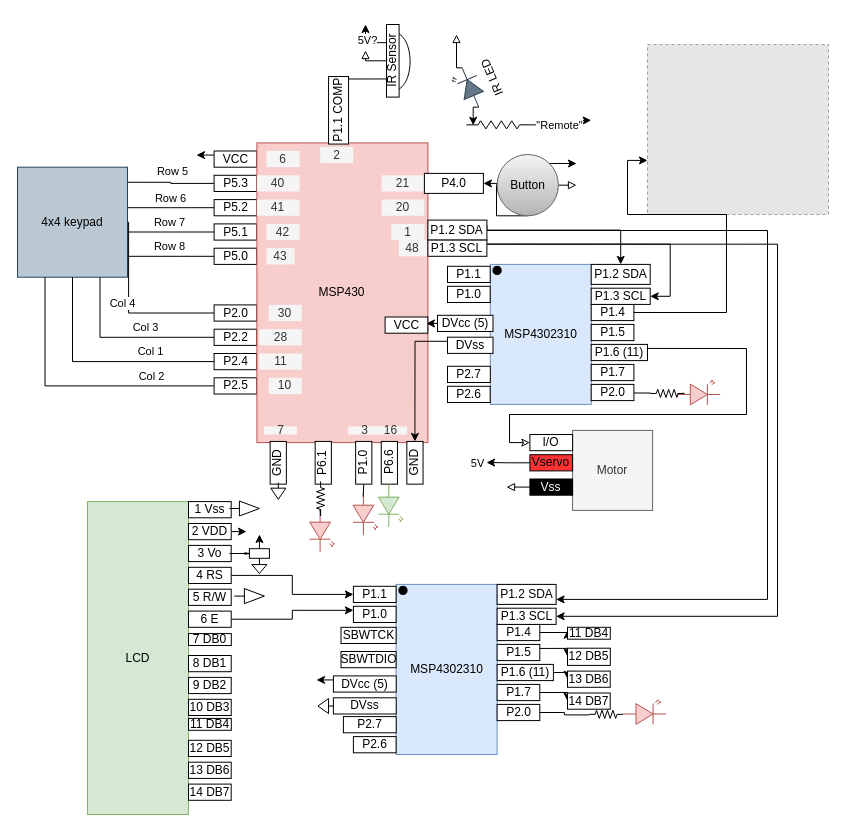
Before: page "CircuitDiagram" (3 of 4) of docs/planning/FinalProjectCharts.drawio in msu-eele-465/final-project-ecallery888, a draw.io diagram. Source tidied: cells renumbered, new cells numbered last; positions are measured from the earlier drawing's top-left corner, leaving out a move shared by most shapes. Both pictures are drawn from the tidied source at 100%, with x=0, y=0 at pixel (17, 24). Pictures stored in the file or linked from it are replaced by grey dashed boxes.
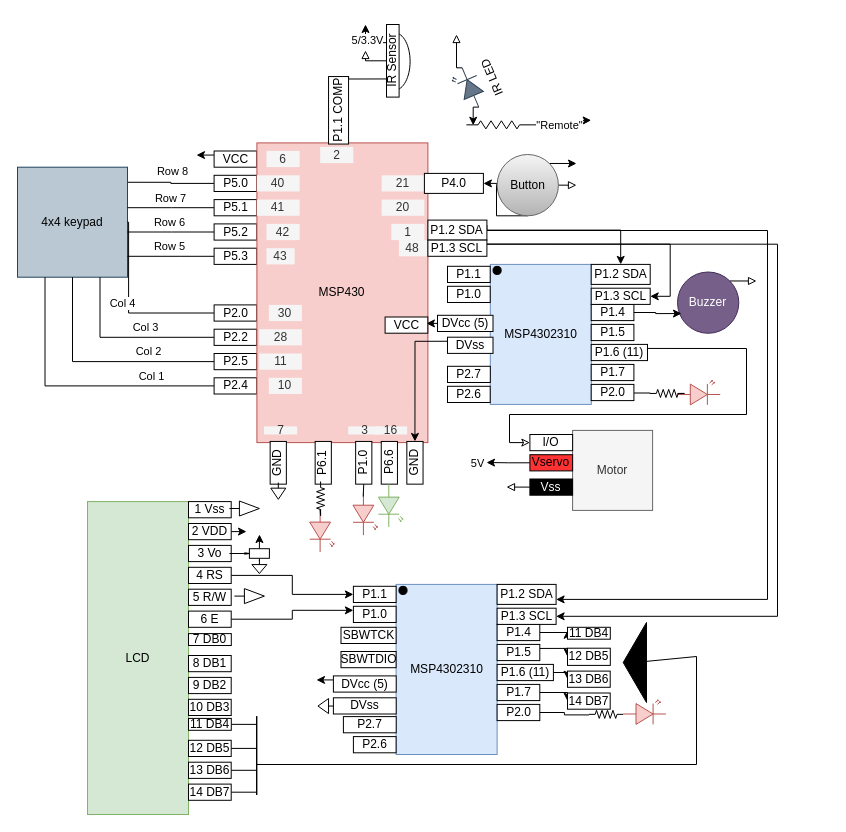
The same diagram, later.

Unchanged cells that the change refers to:
```xml
<mxCell id="3" value="P1.4" style="rounded=0;whiteSpace=wrap;html=1;" parent="1" vertex="1">
  <mxGeometry x="573.7" y="279.9" width="42.7" height="16.2" as="geometry" />
</mxCell>
<mxCell id="14" value="4x4 keypad" style="whiteSpace=wrap;html=1;fillColor=#bac8d3;strokeColor=#23445d;" parent="1" vertex="1">
  <mxGeometry y="142.7" width="110" height="110" as="geometry" />
</mxCell>
<mxCell id="15" style="edgeStyle=orthogonalEdgeStyle;rounded=0;jettySize=auto;html=1;endArrow=none;startFill=0;" parent="1" edge="1" source="17" target="14">
  <mxGeometry relative="1" as="geometry">
    <Array as="points">
      <mxPoint x="153.9" y="183.2" />
      <mxPoint x="153.9" y="183.2" />
    </Array>
  </mxGeometry>
</mxCell>
<mxCell id="20" style="edgeStyle=orthogonalEdgeStyle;rounded=0;jettySize=auto;html=1;entryX=1.004;entryY=0.137;entryDx=0;entryDy=0;entryPerimeter=0;endArrow=none;startFill=0;" parent="1" edge="1" source="22" target="14">
  <mxGeometry relative="1" as="geometry" />
</mxCell>
<mxCell id="23" style="edgeStyle=orthogonalEdgeStyle;rounded=0;jettySize=auto;html=1;endArrow=none;startFill=0;" parent="1" edge="1" source="25" target="14">
  <mxGeometry relative="1" as="geometry">
    <Array as="points">
      <mxPoint x="153.9" y="207.5" />
      <mxPoint x="153.9" y="207.5" />
    </Array>
  </mxGeometry>
</mxCell>
<mxCell id="26" style="edgeStyle=orthogonalEdgeStyle;rounded=0;jettySize=auto;html=1;endArrow=none;startFill=0;" parent="1" edge="1" source="28" target="14">
  <mxGeometry relative="1" as="geometry">
    <Array as="points">
      <mxPoint x="162.4" y="231.8" />
      <mxPoint x="162.4" y="231.8" />
    </Array>
  </mxGeometry>
</mxCell>
<mxCell id="37" style="edgeStyle=orthogonalEdgeStyle;rounded=0;jettySize=auto;html=1;entryX=0.25;entryY=1;entryDx=0;entryDy=0;endArrow=none;startFill=0;" parent="1" edge="1" source="39" target="14">
  <mxGeometry relative="1" as="geometry" />
</mxCell>
<mxCell id="87" value="11 DB4" style="rounded=0;whiteSpace=wrap;html=1;" parent="1" vertex="1">
  <mxGeometry x="171" y="693.9" width="42.8" height="11.9" as="geometry" />
</mxCell>
<mxCell id="88" value="12 DB5" style="rounded=0;whiteSpace=wrap;html=1;" parent="1" vertex="1">
  <mxGeometry x="171" y="715.8" width="42.7" height="16.2" as="geometry" />
</mxCell>
<mxCell id="89" value="13 DB6" style="rounded=0;whiteSpace=wrap;html=1;" parent="1" vertex="1">
  <mxGeometry x="171" y="737.7" width="42.7" height="16.2" as="geometry" />
</mxCell>
<mxCell id="90" value="14 DB7" style="rounded=0;whiteSpace=wrap;html=1;" parent="1" vertex="1">
  <mxGeometry x="171" y="759.6" width="42.7" height="16.2" as="geometry" />
</mxCell>
<mxCell id="145" style="edgeStyle=orthogonalEdgeStyle;rounded=0;jettySize=auto;html=1;exitX=0.75;exitY=0;exitDx=0;exitDy=0;" parent="143" edge="1" source="148">
  <mxGeometry relative="1" as="geometry">
    <mxPoint x="-21" as="targetPoint" />
  </mxGeometry>
</mxCell>
```

Change to the diagram source:
```diff
@@
-    <mxCell id="16" value="Row 6" style="edgeLabel;html=1;align=center;verticalAlign=middle;" parent="15" vertex="1">
+    <mxCell id="16" value="Row 7" style="edgeLabel;html=1;align=center;verticalAlign=middle;" parent="15" vertex="1">
       <mxGeometry x="0.16" y="-2" relative="1" as="geometry">
         <mxPoint x="6" y="-8" as="offset" />
       </mxGeometry>
     </mxCell>
-    <mxCell id="17" value="P5.2" style="rounded=0;whiteSpace=wrap;html=1;" parent="1" vertex="1">
+    <mxCell id="17" value="P5.1" style="rounded=0;whiteSpace=wrap;html=1;" parent="1" vertex="1">
       <mxGeometry x="196.6" y="175.1" width="42.7" height="16.2" as="geometry" />
     </mxCell>
@@
-    <mxCell id="21" value="Row 5" style="edgeLabel;html=1;align=center;verticalAlign=middle;" parent="20" vertex="1">
+    <mxCell id="21" value="Row 8" style="edgeLabel;html=1;align=center;verticalAlign=middle;" parent="20" vertex="1">
       <mxGeometry y="-1" relative="1" as="geometry">
         <mxPoint x="1" y="-10" as="offset" />
       </mxGeometry>
     </mxCell>
-    <mxCell id="22" value="P5.3" style="rounded=0;whiteSpace=wrap;html=1;" parent="1" vertex="1">
+    <mxCell id="22" value="P5.0" style="rounded=0;whiteSpace=wrap;html=1;" parent="1" vertex="1">
       <mxGeometry x="196.6" y="150.8" width="42.7" height="16.2" as="geometry" />
     </mxCell>
@@
-    <mxCell id="24" value="Row 7" style="edgeLabel;html=1;align=center;verticalAlign=middle;" parent="23" vertex="1">
+    <mxCell id="24" value="Row 6" style="edgeLabel;html=1;align=center;verticalAlign=middle;" parent="23" vertex="1">
       <mxGeometry x="0.05" relative="1" as="geometry">
         <mxPoint y="-10" as="offset" />
       </mxGeometry>
     </mxCell>
-    <mxCell id="25" value="P5.1" style="rounded=0;whiteSpace=wrap;html=1;" parent="1" vertex="1">
+    <mxCell id="25" value="P5.2" style="rounded=0;whiteSpace=wrap;html=1;" parent="1" vertex="1">
       <mxGeometry x="196.6" y="199.4" width="42.7" height="16.2" as="geometry" />
     </mxCell>
@@
-    <mxCell id="27" value="Row 8" style="edgeLabel;html=1;align=center;verticalAlign=middle;" parent="26" vertex="1">
+    <mxCell id="27" value="Row 5" style="edgeLabel;html=1;align=center;verticalAlign=middle;" parent="26" vertex="1">
       <mxGeometry x="0.05" y="2" relative="1" as="geometry">
         <mxPoint y="-12" as="offset" />
       </mxGeometry>
     </mxCell>
-    <mxCell id="28" value="P5.0" style="rounded=0;whiteSpace=wrap;html=1;" parent="1" vertex="1">
+    <mxCell id="28" value="P5.3" style="rounded=0;whiteSpace=wrap;html=1;" parent="1" vertex="1">
       <mxGeometry x="196.6" y="223.7" width="42.7" height="16.2" as="geometry" />
     </mxCell>
@@
-    <mxCell id="35" value="Col 1" style="edgeStyle=orthogonalEdgeStyle;rounded=0;jettySize=auto;html=1;exitX=0;exitY=0.5;exitDx=0;exitDy=0;entryX=0.5;entryY=1;entryDx=0;entryDy=0;endArrow=none;startFill=0;" parent="1" edge="1" source="36" target="14">
-      <mxGeometry x="-0.43" y="-10" relative="1" as="geometry" />
+    <mxCell id="35" value="Col 2" style="edgeStyle=orthogonalEdgeStyle;rounded=0;jettySize=auto;html=1;exitX=0;exitY=0.5;exitDx=0;exitDy=0;entryX=0.5;entryY=1;entryDx=0;entryDy=0;endArrow=none;startFill=0;" parent="1" edge="1" source="36" target="14">
+      <mxGeometry x="-0.42" y="-10" relative="1" as="geometry" />
     </mxCell>
-    <mxCell id="36" value="P2.4" style="rounded=0;whiteSpace=wrap;html=1;" parent="1" vertex="1">
+    <mxCell id="36" value="P2.5" style="rounded=0;whiteSpace=wrap;html=1;" parent="1" vertex="1">
       <mxGeometry x="196.6" y="329" width="42.7" height="16.2" as="geometry" />
     </mxCell>
@@
-    <mxCell id="38" value="Col 2" style="edgeLabel;html=1;align=center;verticalAlign=middle;" parent="37" vertex="1">
+    <mxCell id="38" value="Col 1" style="edgeLabel;html=1;align=center;verticalAlign=middle;" parent="37" vertex="1">
       <mxGeometry x="-0.56" y="-2" relative="1" as="geometry">
         <mxPoint x="-2" y="-8" as="offset" />
       </mxGeometry>
     </mxCell>
-    <mxCell id="39" value="P2.5" style="rounded=0;whiteSpace=wrap;html=1;" parent="1" vertex="1">
+    <mxCell id="39" value="P2.4" style="rounded=0;whiteSpace=wrap;html=1;" parent="1" vertex="1">
       <mxGeometry x="196.6" y="353.3" width="42.7" height="16.2" as="geometry" />
     </mxCell>
@@
+    <mxCell id="170" style="edgeStyle=orthogonalEdgeStyle;rounded=0;jettySize=auto;html=1;exitX=1;exitY=0.5;exitDx=0;exitDy=0;endArrow=none;startFill=0;" parent="1" edge="1" source="87">
+      <mxGeometry relative="1" as="geometry">
+        <mxPoint x="239" y="700" as="targetPoint" />
+      </mxGeometry>
+    </mxCell>
@@
+    <mxCell id="171" style="edgeStyle=orthogonalEdgeStyle;rounded=0;jettySize=auto;html=1;exitX=1;exitY=0.5;exitDx=0;exitDy=0;endArrow=none;startFill=0;" parent="1" edge="1" source="88">
+      <mxGeometry relative="1" as="geometry">
+        <mxPoint x="239" y="724" as="targetPoint" />
+      </mxGeometry>
+    </mxCell>
@@
+    <mxCell id="172" style="edgeStyle=orthogonalEdgeStyle;rounded=0;jettySize=auto;html=1;exitX=1;exitY=0.5;exitDx=0;exitDy=0;endArrow=none;startFill=0;" parent="1" edge="1" source="89">
+      <mxGeometry relative="1" as="geometry">
+        <mxPoint x="239" y="746" as="targetPoint" />
+      </mxGeometry>
+    </mxCell>
@@
+    <mxCell id="173" style="edgeStyle=orthogonalEdgeStyle;rounded=0;jettySize=auto;html=1;exitX=1;exitY=0.5;exitDx=0;exitDy=0;endArrow=none;startFill=0;" parent="1" edge="1" source="90">
+      <mxGeometry relative="1" as="geometry">
+        <mxPoint x="239" y="768" as="targetPoint" />
+      </mxGeometry>
+    </mxCell>
@@
-    <mxCell id="146" value="5V?" style="edgeLabel;html=1;align=center;verticalAlign=middle;" parent="145" vertex="1">
+    <mxCell id="146" value="5/3.3V" style="edgeLabel;html=1;align=center;verticalAlign=middle;" parent="145" vertex="1">
       <mxGeometry x="0.23" y="-1" relative="1" as="geometry" />
     </mxCell>
@@
-    <mxCell id="162" style="fillColor=#E6E6E6;strokeColor=#999999;dashed=1;verticalLabelPosition=bottom;labelBackgroundColor=default;verticalAlign=top;" parent="1" vertex="1">
-      <mxGeometry x="630" y="20" width="181" height="170" as="geometry" />
-    </mxCell>
-    <mxCell id="163" style="edgeStyle=orthogonalEdgeStyle;rounded=0;jettySize=auto;html=1;exitX=1;exitY=0.5;exitDx=0;exitDy=0;entryX=0;entryY=0.682;entryDx=0;entryDy=0;entryPerimeter=0;" parent="1" edge="1" source="3" target="162">
-      <mxGeometry relative="1" as="geometry">
-        <Array as="points">
-          <mxPoint x="709" y="288" />
-          <mxPoint x="709" y="190" />
-          <mxPoint x="610" y="190" />
-          <mxPoint x="610" y="136" />
-        </Array>
-      </mxGeometry>
-    </mxCell>
@@
+    <mxCell id="174" style="edgeStyle=orthogonalEdgeStyle;rounded=0;jettySize=auto;html=1;exitX=1;exitY=0;exitDx=0;exitDy=0;endArrow=block;endFill=0;" parent="1" edge="1" source="175">
+      <mxGeometry relative="1" as="geometry">
+        <mxPoint x="739" y="256" as="targetPoint" />
+      </mxGeometry>
+    </mxCell>
+    <mxCell id="175" value="Buzzer" style="ellipse;whiteSpace=wrap;html=1;fillColor=#76608a;strokeColor=#432D57;fontColor=#ffffff;" parent="1" vertex="1">
+      <mxGeometry x="660" y="247.5" width="61.3" height="61.3" as="geometry" />
+    </mxCell>
+    <mxCell id="176" style="edgeStyle=orthogonalEdgeStyle;rounded=0;jettySize=auto;html=1;exitX=1;exitY=0.5;exitDx=0;exitDy=0;entryX=0.065;entryY=0.678;entryDx=0;entryDy=0;entryPerimeter=0;" parent="1" edge="1" source="3" target="175">
+      <mxGeometry relative="1" as="geometry" />
+    </mxCell>
+    <mxCell id="177" style="edgeStyle=orthogonalEdgeStyle;rounded=0;jettySize=auto;html=1;exitX=0;exitY=0.5;exitDx=0;exitDy=0;endArrow=none;startFill=0;" parent="1" edge="1" source="178" target="179">
+      <mxGeometry relative="1" as="geometry">
+        <Array as="points">
+          <mxPoint x="239" y="740" />
+          <mxPoint x="679" y="740" />
+          <mxPoint x="679" y="632" />
+        </Array>
+      </mxGeometry>
+    </mxCell>
+    <mxCell id="178" style="rounded=0;whiteSpace=wrap;html=1;" parent="1" vertex="1">
+      <mxGeometry x="239" y="692.1" width="0.4" height="77.9" as="geometry" />
+    </mxCell>
+    <mxCell id="179" style="triangle;whiteSpace=wrap;html=1;rotation=-180;fillColor=#000000;" parent="1" vertex="1">
+      <mxGeometry x="605.7" y="598" width="23.3" height="80" as="geometry" />
+    </mxCell>
```
